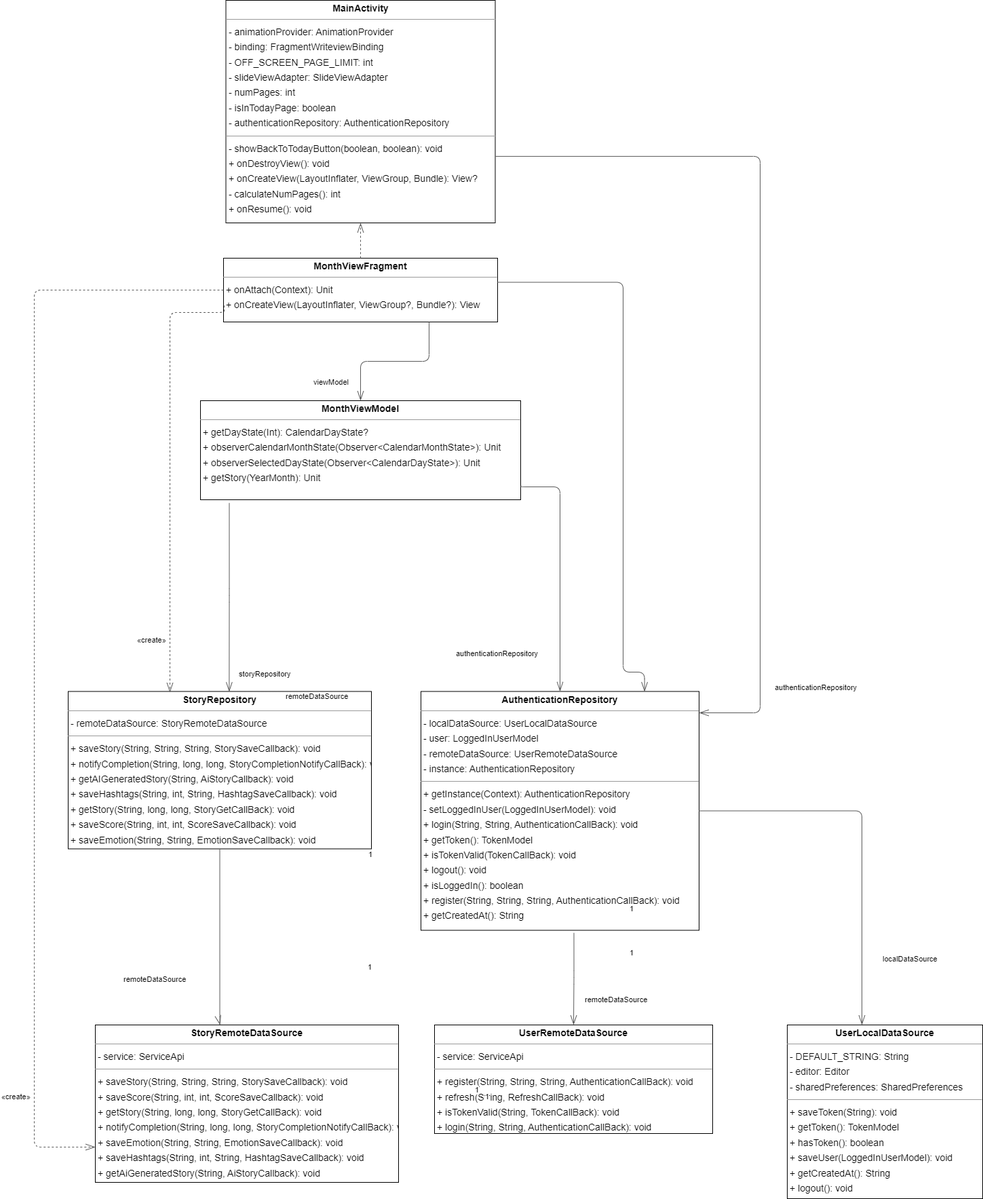
Earlier version of the draw.io export docs/images/MonthView (4).drawio.png (snuhcs-course/swpp-2023-project-team-18). Source tidied: cells renumbered, new cells last; positions are measured from the earlier drawing's top-left corner, leaving out a move shared by most shapes.
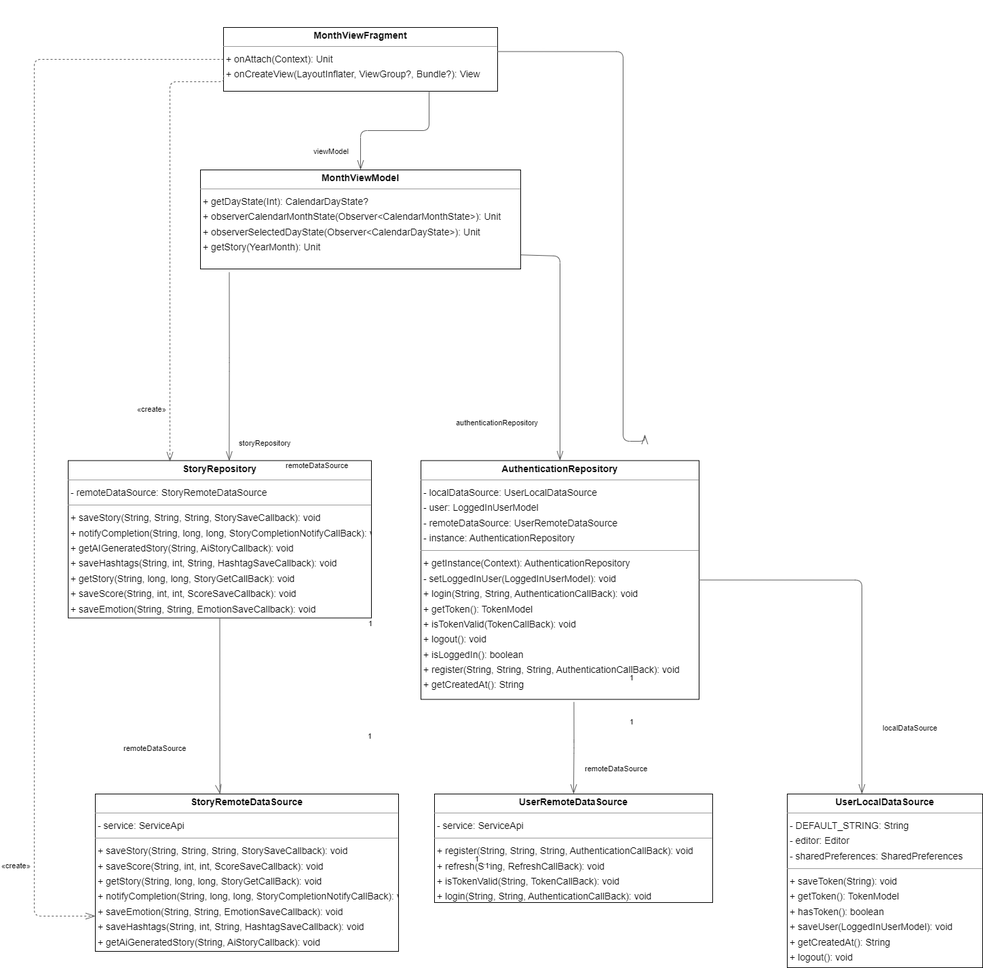
The same diagram one commit later.

Commit message:
fix: Remove MainActivity from MonthView diagram

The edit, as a diff of the source:
```diff
@@ -23,9 +23,6 @@
     <mxCell id="8" value="&lt;p style=&quot;margin:0px;margin-top:4px;text-align:center;&quot;&gt;&lt;b&gt;UserRemoteDataSource&lt;/b&gt;&lt;/p&gt;&lt;hr size=&quot;1&quot;/&gt;&lt;p style=&quot;margin:0 0 0 4px;line-height:1.6;&quot;&gt;- service: ServiceApi&lt;/p&gt;&lt;hr size=&quot;1&quot;/&gt;&lt;p style=&quot;margin:0 0 0 4px;line-height:1.6;&quot;&gt;+ register(String, String, String, AuthenticationCallBack): void&lt;br/&gt;+ refresh(String, RefreshCallBack): void&lt;br/&gt;+ isTokenValid(String, TokenCallBack): void&lt;br/&gt;+ login(String, String, AuthenticationCallBack): void&lt;/p&gt;" style="verticalAlign=top;align=left;overflow=fill;fontSize=14;fontFamily=Helvetica;html=1;rounded=0;shadow=0;comic=0;labelBackgroundColor=none;strokeWidth=1;" parent="1" vertex="1">
       <mxGeometry x="640" y="1510" width="410" height="160" as="geometry" />
     </mxCell>
-    <mxCell id="9" value="&lt;p style=&quot;margin:0px;margin-top:4px;text-align:center;&quot;&gt;&lt;b&gt;MainActivity&lt;/b&gt;&lt;/p&gt;&lt;hr size=&quot;1&quot;&gt;&lt;p style=&quot;margin:0 0 0 4px;line-height:1.6;&quot;&gt;- animationProvider: AnimationProvider&lt;br&gt;- binding: FragmentWriteviewBinding&lt;br&gt;- OFF_SCREEN_PAGE_LIMIT: int&lt;br&gt;- slideViewAdapter: SlideViewAdapter&lt;br&gt;- numPages: int&lt;br&gt;- isInTodayPage: boolean&lt;br&gt;- authenticationRepository: AuthenticationRepository&lt;/p&gt;&lt;hr size=&quot;1&quot;&gt;&lt;p style=&quot;margin:0 0 0 4px;line-height:1.6;&quot;&gt;- showBackToTodayButton(boolean, boolean): void&lt;br&gt;+ onDestroyView(): void&lt;br&gt;+ onCreateView(LayoutInflater, ViewGroup, Bundle): View?&lt;br&gt;- calculateNumPages(): int&lt;br&gt;+ onResume(): void&lt;/p&gt;" style="verticalAlign=top;align=left;overflow=fill;fontSize=14;fontFamily=Helvetica;html=1;rounded=0;shadow=0;comic=0;labelBackgroundColor=none;strokeWidth=1;" parent="1" vertex="1">
-      <mxGeometry x="332.5" width="397" height="328" as="geometry" />
-    </mxCell>
     <mxCell id="10" style="html=1;rounded=1;edgeStyle=orthogonalEdgeStyle;dashed=0;startArrow=diamondThinstartSize=12;endArrow=openThin;endSize=12;strokeColor=#595959;exitX=1;exitY=0.5;exitDx=0;exitDy=0;" parent="1" edge="1" source="2" target="7">
       <mxGeometry relative="1" as="geometry">
         <Array as="points">
@@ -116,24 +113,13 @@
     <mxCell id="31" value="remoteDataSource" style="edgeLabel;html=1;align=left;verticalAlign=top;strokeColor=default;" parent="30" vertex="1">
       <mxGeometry x="59" y="343" as="geometry" />
     </mxCell>
-    <mxCell id="32" style="html=1;rounded=1;edgeStyle=orthogonalEdgeStyle;dashed=0;startArrow=diamondThinstartSize=12;endArrow=openThin;endSize=12;strokeColor=#595959;exitX=1.001;exitY=0.701;exitDx=0;exitDy=0;exitPerimeter=0;" parent="1" edge="1" source="9">
-      <mxGeometry relative="1" as="geometry">
-        <mxPoint x="1030" y="1050" as="targetPoint" />
-        <Array as="points">
-          <mxPoint x="1120" y="230" />
-          <mxPoint x="1120" y="1050" />
-        </Array>
-      </mxGeometry>
-    </mxCell>
-    <mxCell id="33" value="authenticationRepository" style="edgeLabel;html=1;align=left;verticalAlign=top;strokeColor=default;" parent="32" vertex="1">
-      <mxGeometry x="780" y="330" as="geometry" />
-    </mxCell>
     <mxCell id="34" value="remoteDataSource" style="edgeLabel;html=1;align=left;verticalAlign=top;strokeColor=default;" parent="1" vertex="1">
       <mxGeometry x="180" y="1430" as="geometry" />
     </mxCell>
-    <mxCell id="35" style="html=1;rounded=1;edgeStyle=orthogonalEdgeStyle;dashed=0;startArrow=diamondThinstartSize=12;endArrow=openThin;endSize=12;strokeColor=#595959;exitX=1;exitY=0.5;exitDx=0;exitDy=0;entryX=0.804;entryY=0.001;entryDx=0;entryDy=0;entryPerimeter=0;" parent="1" edge="1" target="2">
+    <mxCell id="35" style="html=1;rounded=1;edgeStyle=orthogonalEdgeStyle;dashed=0;startArrow=diamondThinstartSize=12;endArrow=openThin;endSize=12;strokeColor=#595959;exitX=1;exitY=0.5;exitDx=0;exitDy=0;" parent="1" edge="1">
       <mxGeometry relative="1" as="geometry">
         <mxPoint x="733" y="415.5" as="sourcePoint" />
+        <mxPoint x="950" y="980" as="targetPoint" />
         <Array as="points">
           <mxPoint x="918" y="416" />
           <mxPoint x="918" y="990" />
@@ -153,16 +139,5 @@
     <mxCell id="39" style="edgeLabel;html=1;align=left;verticalAlign=top;strokeColor=default;" parent="1" vertex="1">
       <mxGeometry x="547" y="340" as="geometry" />
     </mxCell>
-    <mxCell id="40" style="html=1;rounded=1;edgeStyle=orthogonalEdgeStyle;dashed=1;startArrow=none;endArrow=openThin;endSize=12;strokeColor=#595959;exitX=0.5;exitY=0;exitDx=0;exitDy=0;entryX=0.5;entryY=1;entryDx=0;entryDy=0;" parent="1" edge="1" source="3" target="9">
-      <mxGeometry relative="1" as="geometry">
-        <Array as="points">
-          <mxPoint x="531" y="328" />
-          <mxPoint x="531" y="328" />
-        </Array>
-      </mxGeometry>
-    </mxCell>
-    <mxCell id="41" value="«create»" style="edgeLabel;html=1;align=left;verticalAlign=top;strokeColor=default;" parent="40" vertex="1">
-      <mxGeometry x="-160" y="260" as="geometry" />
-    </mxCell>
   </root>
 </mxGraphModel>
```
